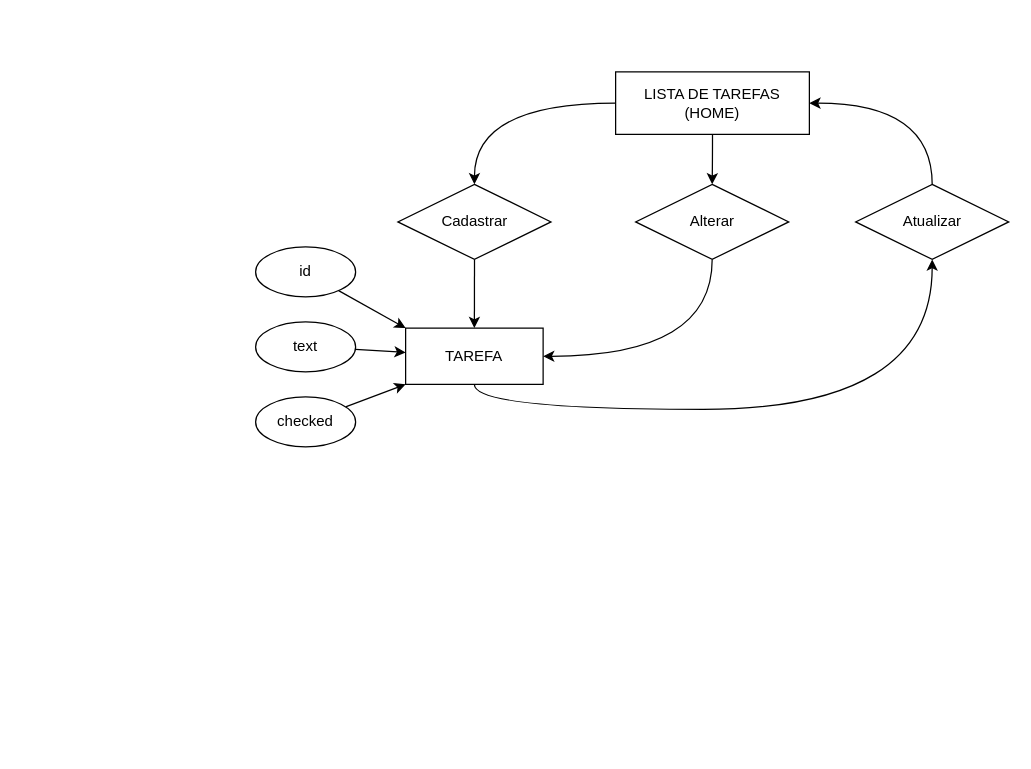
Above: todo-list-reac-app/src/Untitled Diagram.drawio in LuanPinho/todo-list (draw.io), before the change. Source tidied: cells renumbered, new cells numbered last; positions are measured from the earlier drawing's top-left corner, leaving out a move shared by most shapes. Both pictures are drawn from the tidied source at 125%, with x=0, y=0 at pixel (255, 71).
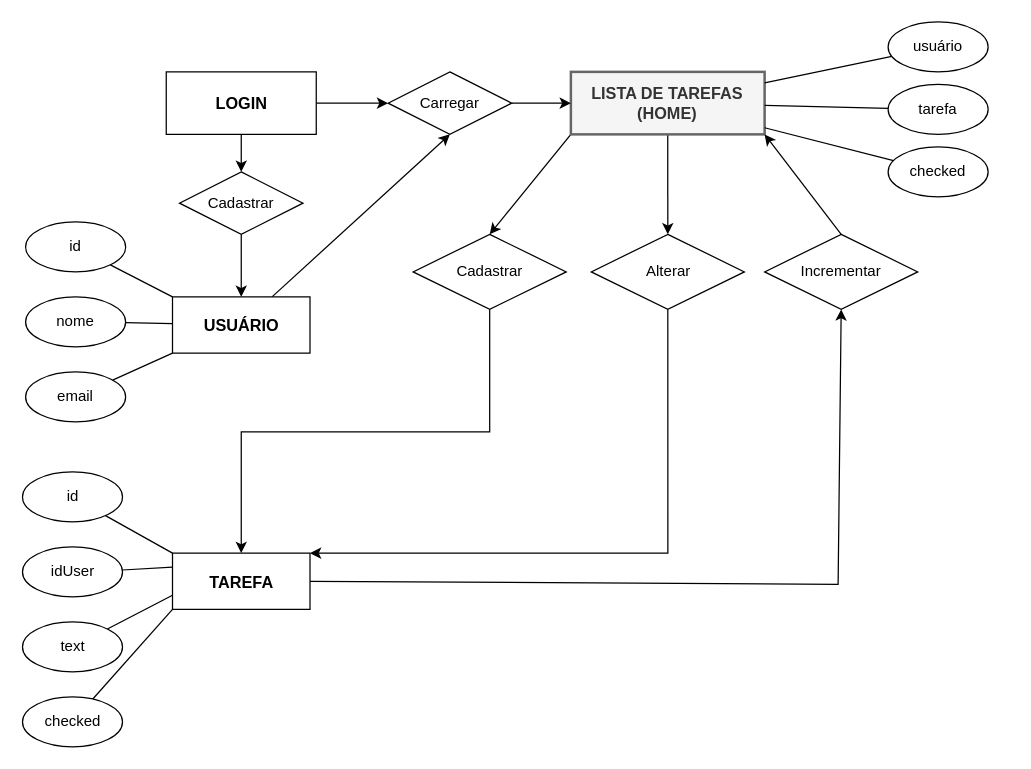
After the change.

What changed in the source:
```diff
@@
-    <mxCell id="2" style="edgeStyle=orthogonalEdgeStyle;curved=1;rounded=0;jettySize=auto;html=1;entryX=0.5;entryY=1;entryDx=0;entryDy=0;endArrow=classic;endFill=1;exitX=0.5;exitY=1;exitDx=0;exitDy=0;" parent="1" edge="1" source="3" target="18">
-      <mxGeometry relative="1" as="geometry" />
+    <mxCell id="2" style="rounded=0;jettySize=auto;html=1;entryX=0.5;entryY=1;entryDx=0;entryDy=0;endArrow=classic;endFill=1;elbow=vertical;exitX=1;exitY=0.5;exitDx=0;exitDy=0;" parent="1" edge="1" source="3" target="18">
+      <mxGeometry relative="1" as="geometry">
+        <Array as="points">
+          <mxPoint x="466" y="410" />
+        </Array>
+      </mxGeometry>
     </mxCell>
-    <mxCell id="3" value="TAREFA" style="rounded=0;whiteSpace=wrap;html=1;shadow=0;glass=0;" parent="1" vertex="1">
-      <mxGeometry x="120" y="205" width="110" height="45" as="geometry" />
+    <mxCell id="3" value="TAREFA" style="rounded=0;whiteSpace=wrap;html=1;shadow=0;glass=0;fontStyle=1;fontSize=13;" parent="1" vertex="1">
+      <mxGeometry x="-66.5" y="385" width="110" height="45" as="geometry" />
     </mxCell>
-    <mxCell id="4" style="rounded=0;jettySize=auto;html=1;entryX=0;entryY=0;entryDx=0;entryDy=0;endArrow=classic;endFill=1;" parent="1" edge="1" source="5" target="3">
+    <mxCell id="4" style="rounded=0;jettySize=auto;html=1;entryX=0;entryY=0;entryDx=0;entryDy=0;endArrow=none;endFill=0;" parent="1" edge="1" source="5" target="3">
       <mxGeometry relative="1" as="geometry" />
     </mxCell>
     <mxCell id="5" value="id" style="ellipse;whiteSpace=wrap;html=1;rounded=0;shadow=0;glass=0;" parent="1" vertex="1">
-      <mxGeometry y="140" width="80" height="40" as="geometry" />
+      <mxGeometry x="-186.5" y="320" width="80" height="40" as="geometry" />
     </mxCell>
-    <mxCell id="6" style="edgeStyle=none;rounded=0;jettySize=auto;html=1;endArrow=classic;endFill=1;" parent="1" edge="1" source="7" target="3">
+    <mxCell id="6" style="edgeStyle=none;rounded=0;jettySize=auto;html=1;endArrow=none;endFill=0;entryX=0;entryY=0.75;entryDx=0;entryDy=0;" parent="1" edge="1" source="7" target="3">
       <mxGeometry relative="1" as="geometry" />
     </mxCell>
     <mxCell id="7" value="text" style="ellipse;whiteSpace=wrap;html=1;rounded=0;shadow=0;glass=0;" parent="1" vertex="1">
-      <mxGeometry y="200" width="80" height="40" as="geometry" />
+      <mxGeometry x="-186.5" y="440" width="80" height="40" as="geometry" />
     </mxCell>
-    <mxCell id="8" style="edgeStyle=none;rounded=0;jettySize=auto;html=1;entryX=0;entryY=1;entryDx=0;entryDy=0;endArrow=classic;endFill=1;" parent="1" edge="1" source="9" target="3">
+    <mxCell id="8" style="edgeStyle=none;rounded=0;jettySize=auto;html=1;entryX=0;entryY=1;entryDx=0;entryDy=0;endArrow=none;endFill=0;" parent="1" edge="1" source="9" target="3">
       <mxGeometry relative="1" as="geometry" />
     </mxCell>
     <mxCell id="9" value="checked" style="ellipse;whiteSpace=wrap;html=1;rounded=0;shadow=0;glass=0;" parent="1" vertex="1">
-      <mxGeometry y="260" width="80" height="40" as="geometry" />
+      <mxGeometry x="-186.5" y="500" width="80" height="40" as="geometry" />
     </mxCell>
-    <mxCell id="10" style="edgeStyle=orthogonalEdgeStyle;curved=1;rounded=0;jettySize=auto;html=1;entryX=0.5;entryY=0;entryDx=0;entryDy=0;endArrow=classic;endFill=1;" parent="1" edge="1" source="11" target="3">
+    <mxCell id="10" style="edgeStyle=elbowEdgeStyle;rounded=0;jettySize=auto;html=1;entryX=0.5;entryY=0;entryDx=0;entryDy=0;endArrow=classic;endFill=1;exitX=0.5;exitY=1;exitDx=0;exitDy=0;elbow=vertical;" parent="1" edge="1" source="11" target="3">
       <mxGeometry relative="1" as="geometry" />
     </mxCell>
     <mxCell id="11" value="Cadastrar" style="rhombus;whiteSpace=wrap;html=1;rounded=0;shadow=0;glass=0;" parent="1" vertex="1">
-      <mxGeometry x="113.8" y="90" width="122.5" height="60" as="geometry" />
+      <mxGeometry x="126" y="130" width="122.5" height="60" as="geometry" />
     </mxCell>
-    <mxCell id="12" style="edgeStyle=orthogonalEdgeStyle;curved=1;rounded=0;jettySize=auto;html=1;entryX=0.5;entryY=0;entryDx=0;entryDy=0;endArrow=classic;endFill=1;" parent="1" edge="1" source="14" target="11">
+    <mxCell id="12" style="rounded=0;jettySize=auto;html=1;entryX=0.5;entryY=0;entryDx=0;entryDy=0;endArrow=classic;endFill=1;exitX=0;exitY=1;exitDx=0;exitDy=0;" parent="1" edge="1" source="14" target="11">
       <mxGeometry relative="1" as="geometry" />
     </mxCell>
@@
-    <mxCell id="14" value="LISTA DE TAREFAS (HOME)" style="rounded=0;whiteSpace=wrap;html=1;shadow=0;glass=0;" parent="1" vertex="1">
-      <mxGeometry x="288" width="155" height="50" as="geometry" />
+    <mxCell id="14" value="LISTA DE TAREFAS (HOME)" style="rounded=0;whiteSpace=wrap;html=1;shadow=0;glass=0;fillColor=#f5f5f5;strokeColor=#666666;fontColor=#333333;strokeWidth=2;fontStyle=1;fontSize=13;" parent="1" vertex="1">
+      <mxGeometry x="252.2" width="155" height="50" as="geometry" />
     </mxCell>
-    <mxCell id="15" style="edgeStyle=orthogonalEdgeStyle;curved=1;rounded=0;jettySize=auto;html=1;entryX=1;entryY=0.5;entryDx=0;entryDy=0;endArrow=classic;endFill=1;exitX=0.5;exitY=1;exitDx=0;exitDy=0;" parent="1" edge="1" source="16" target="3">
-      <mxGeometry relative="1" as="geometry" />
+    <mxCell id="15" style="edgeStyle=orthogonalEdgeStyle;rounded=0;jettySize=auto;html=1;entryX=1;entryY=0;entryDx=0;entryDy=0;endArrow=classic;endFill=1;elbow=vertical;exitX=0.5;exitY=1;exitDx=0;exitDy=0;" parent="1" edge="1" source="16" target="3">
+      <mxGeometry relative="1" as="geometry">
+        <Array as="points">
+          <mxPoint x="330" y="385" />
+        </Array>
+      </mxGeometry>
     </mxCell>
     <mxCell id="16" value="Alterar" style="rhombus;whiteSpace=wrap;html=1;rounded=0;shadow=0;glass=0;" parent="1" vertex="1">
-      <mxGeometry x="304" y="90" width="122.5" height="60" as="geometry" />
+      <mxGeometry x="268.5" y="130" width="122.5" height="60" as="geometry" />
     </mxCell>
-    <mxCell id="17" style="edgeStyle=orthogonalEdgeStyle;curved=1;rounded=0;jettySize=auto;html=1;entryX=1;entryY=0.5;entryDx=0;entryDy=0;endArrow=classic;endFill=1;exitX=0.5;exitY=0;exitDx=0;exitDy=0;" parent="1" edge="1" source="18" target="14">
+    <mxCell id="17" style="rounded=0;jettySize=auto;html=1;entryX=1;entryY=1;entryDx=0;entryDy=0;endArrow=classic;endFill=1;exitX=0.5;exitY=0;exitDx=0;exitDy=0;" parent="1" edge="1" source="18" target="14">
       <mxGeometry relative="1" as="geometry" />
     </mxCell>
-    <mxCell id="18" value="Atualizar" style="rhombus;whiteSpace=wrap;html=1;rounded=0;shadow=0;glass=0;" parent="1" vertex="1">
-      <mxGeometry x="480" y="90" width="122.5" height="60" as="geometry" />
+    <mxCell id="18" value="Incrementar" style="rhombus;whiteSpace=wrap;html=1;rounded=0;shadow=0;glass=0;" parent="1" vertex="1">
+      <mxGeometry x="407.2" y="130" width="122.5" height="60" as="geometry" />
     </mxCell>
+    <mxCell id="19" style="edgeStyle=none;rounded=0;jettySize=auto;html=1;entryX=0.5;entryY=1;entryDx=0;entryDy=0;endArrow=classic;endFill=1;elbow=vertical;" parent="1" edge="1" source="20" target="35">
+      <mxGeometry relative="1" as="geometry" />
+    </mxCell>
+    <mxCell id="20" value="USUÁRIO" style="rounded=0;whiteSpace=wrap;html=1;shadow=0;glass=0;fontStyle=1;fontSize=13;" parent="1" vertex="1">
+      <mxGeometry x="-66.5" y="180" width="110" height="45" as="geometry" />
+    </mxCell>
+    <mxCell id="21" style="rounded=0;jettySize=auto;html=1;entryX=0;entryY=0;entryDx=0;entryDy=0;endArrow=none;endFill=0;" parent="1" edge="1" source="22" target="20">
+      <mxGeometry relative="1" as="geometry" />
+    </mxCell>
+    <mxCell id="22" value="id" style="ellipse;whiteSpace=wrap;html=1;rounded=0;shadow=0;glass=0;" parent="1" vertex="1">
+      <mxGeometry x="-184" y="120" width="80" height="40" as="geometry" />
+    </mxCell>
+    <mxCell id="23" style="edgeStyle=none;rounded=0;jettySize=auto;html=1;endArrow=none;endFill=0;" parent="1" edge="1" source="24" target="20">
+      <mxGeometry relative="1" as="geometry" />
+    </mxCell>
+    <mxCell id="24" value="nome" style="ellipse;whiteSpace=wrap;html=1;rounded=0;shadow=0;glass=0;" parent="1" vertex="1">
+      <mxGeometry x="-184" y="180" width="80" height="40" as="geometry" />
+    </mxCell>
+    <mxCell id="25" style="edgeStyle=none;rounded=0;jettySize=auto;html=1;entryX=0;entryY=1;entryDx=0;entryDy=0;endArrow=none;endFill=0;" parent="1" edge="1" source="26" target="20">
+      <mxGeometry relative="1" as="geometry" />
+    </mxCell>
+    <mxCell id="26" value="email" style="ellipse;whiteSpace=wrap;html=1;rounded=0;shadow=0;glass=0;" parent="1" vertex="1">
+      <mxGeometry x="-184" y="240" width="80" height="40" as="geometry" />
+    </mxCell>
+    <mxCell id="27" style="rounded=0;jettySize=auto;html=1;entryX=0;entryY=0.25;entryDx=0;entryDy=0;endArrow=none;endFill=0;" parent="1" edge="1" source="28" target="3">
+      <mxGeometry relative="1" as="geometry" />
+    </mxCell>
+    <mxCell id="28" value="idUser" style="ellipse;whiteSpace=wrap;html=1;rounded=0;shadow=0;glass=0;" parent="1" vertex="1">
+      <mxGeometry x="-186.5" y="380" width="80" height="40" as="geometry" />
+    </mxCell>
+    <mxCell id="29" style="edgeStyle=orthogonalEdgeStyle;curved=1;rounded=0;jettySize=auto;html=1;entryX=0.5;entryY=0;entryDx=0;entryDy=0;endArrow=classic;endFill=1;" parent="1" edge="1" source="30" target="20">
+      <mxGeometry relative="1" as="geometry" />
+    </mxCell>
+    <mxCell id="30" value="Cadastrar" style="rhombus;whiteSpace=wrap;html=1;rounded=0;shadow=0;glass=0;" parent="1" vertex="1">
+      <mxGeometry x="-60.9" y="80" width="98.8" height="50" as="geometry" />
+    </mxCell>
+    <mxCell id="31" style="edgeStyle=orthogonalEdgeStyle;curved=1;rounded=0;jettySize=auto;html=1;endArrow=classic;endFill=1;" parent="1" edge="1" source="33" target="30">
+      <mxGeometry relative="1" as="geometry" />
+    </mxCell>
+    <mxCell id="32" style="edgeStyle=orthogonalEdgeStyle;curved=1;rounded=0;jettySize=auto;html=1;entryX=0;entryY=0.5;entryDx=0;entryDy=0;endArrow=classic;endFill=1;" parent="1" edge="1" source="33" target="35">
+      <mxGeometry relative="1" as="geometry" />
+    </mxCell>
+    <mxCell id="33" value="LOGIN" style="rounded=0;whiteSpace=wrap;html=1;shadow=0;glass=0;fontStyle=1;fontSize=13;" parent="1" vertex="1">
+      <mxGeometry x="-71.5" width="120" height="50" as="geometry" />
+    </mxCell>
+    <mxCell id="34" style="edgeStyle=orthogonalEdgeStyle;curved=1;rounded=0;jettySize=auto;html=1;endArrow=classic;endFill=1;" parent="1" edge="1" source="35" target="14">
+      <mxGeometry relative="1" as="geometry" />
+    </mxCell>
+    <mxCell id="35" value="Carregar" style="rhombus;whiteSpace=wrap;html=1;rounded=0;shadow=0;glass=0;" parent="1" vertex="1">
+      <mxGeometry x="106" width="98.8" height="50" as="geometry" />
+    </mxCell>
+    <mxCell id="36" style="edgeStyle=none;rounded=0;jettySize=auto;html=1;endArrow=none;endFill=0;elbow=vertical;" parent="1" edge="1" source="37" target="14">
+      <mxGeometry relative="1" as="geometry" />
+    </mxCell>
+    <mxCell id="37" value="usuário" style="ellipse;whiteSpace=wrap;html=1;rounded=0;shadow=0;glass=0;" parent="1" vertex="1">
+      <mxGeometry x="506" y="-40" width="80" height="40" as="geometry" />
+    </mxCell>
+    <mxCell id="38" style="edgeStyle=none;rounded=0;jettySize=auto;html=1;endArrow=none;endFill=0;elbow=vertical;" parent="1" edge="1" source="39" target="14">
+      <mxGeometry relative="1" as="geometry" />
+    </mxCell>
+    <mxCell id="39" value="tarefa" style="ellipse;whiteSpace=wrap;html=1;rounded=0;shadow=0;glass=0;" parent="1" vertex="1">
+      <mxGeometry x="506" y="10" width="80" height="40" as="geometry" />
+    </mxCell>
+    <mxCell id="40" style="edgeStyle=none;rounded=0;jettySize=auto;html=1;endArrow=none;endFill=0;elbow=vertical;" parent="1" edge="1" source="41" target="14">
+      <mxGeometry relative="1" as="geometry" />
+    </mxCell>
+    <mxCell id="41" value="checked" style="ellipse;whiteSpace=wrap;html=1;rounded=0;shadow=0;glass=0;" parent="1" vertex="1">
+      <mxGeometry x="506" y="60" width="80" height="40" as="geometry" />
+    </mxCell>
```
